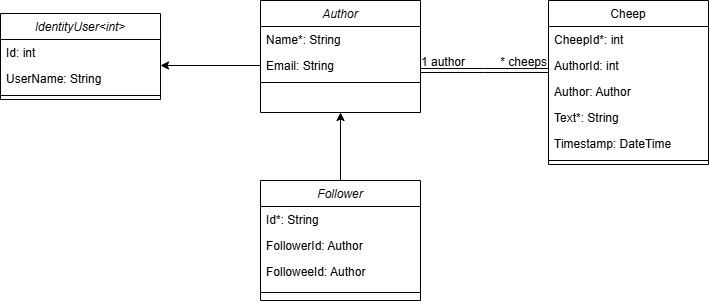
ITU-BDSA2024-GROUP31/Chirp keeps this draw.io diagram as docs/images/domain_model_follower.drawio.png. Above is the earlier version. Source tidied: cells renumbered, new cells last; positions are measured from the earlier drawing's top-left corner, leaving out a move shared by most shapes.
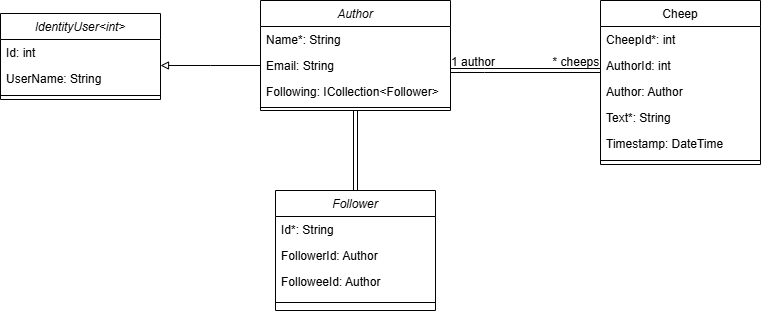
After the commit.

Commit message:
report - domain model

Diff of the diagram source:
```diff
@@ -3,24 +3,27 @@
     <mxCell id="0" />
     <mxCell id="1" parent="0" />
     <mxCell id="2" value="Author" style="swimlane;fontStyle=2;align=center;verticalAlign=top;horizontal=1;startSize=26;rounded=0;shadow=0;strokeWidth=1;" parent="1" vertex="1">
-      <mxGeometry x="260" width="160" height="112" as="geometry" />
+      <mxGeometry x="260" width="190" height="110" as="geometry" />
     </mxCell>
     <mxCell id="3" value="Name*: String" style="text;align=left;verticalAlign=top;spacingLeft=4;spacingRight=4;overflow=hidden;" parent="2" vertex="1">
-      <mxGeometry y="26" width="160" height="26" as="geometry" />
+      <mxGeometry y="26" width="190" height="26" as="geometry" />
     </mxCell>
-    <mxCell id="4" style="edgeStyle=orthogonalEdgeStyle;rounded=0;jettySize=auto;html=1;exitX=0;exitY=0.5;exitDx=0;exitDy=0;" parent="2" edge="1" source="5">
+    <mxCell id="4" style="edgeStyle=orthogonalEdgeStyle;rounded=0;jettySize=auto;html=1;exitX=0;exitY=0.5;exitDx=0;exitDy=0;endArrow=block;endFill=0;" parent="2" edge="1" source="5">
       <mxGeometry relative="1" as="geometry">
         <mxPoint x="-100" y="65" as="targetPoint" />
       </mxGeometry>
     </mxCell>
     <mxCell id="5" value="Email: String" style="text;align=left;verticalAlign=top;spacingLeft=4;spacingRight=4;overflow=hidden;points=[[0,0.5],[1,0.5]];portConstraint=eastwest;rounded=0;shadow=0;html=0;" parent="2" vertex="1">
-      <mxGeometry y="52" width="160" height="26" as="geometry" />
+      <mxGeometry y="52" width="190" height="26" as="geometry" />
     </mxCell>
+    <mxCell id="27" value="Following: ICollection&lt;Follower&gt;" style="text;align=left;verticalAlign=top;spacingLeft=4;spacingRight=4;overflow=hidden;rounded=0;shadow=0;html=0;" parent="2" vertex="1">
+      <mxGeometry y="78" width="190" height="26" as="geometry" />
+    </mxCell>
     <mxCell id="6" style="line;html=1;strokeWidth=1;align=left;verticalAlign=middle;spacingTop=-1;spacingLeft=3;spacingRight=3;labelPosition=right;" parent="2" vertex="1">
-      <mxGeometry y="78" width="160" height="8" as="geometry" />
+      <mxGeometry y="104" width="190" height="6" as="geometry" />
     </mxCell>
     <mxCell id="7" value="Cheep" style="swimlane;fontStyle=0;align=center;verticalAlign=top;horizontal=1;startSize=26;rounded=0;shadow=0;strokeWidth=1;" parent="1" vertex="1">
-      <mxGeometry x="548" width="160" height="164" as="geometry" />
+      <mxGeometry x="600" width="160" height="164" as="geometry" />
     </mxCell>
     <mxCell id="8" value="CheepId*: int" style="text;align=left;verticalAlign=top;spacingLeft=4;spacingRight=4;overflow=hidden;" parent="7" vertex="1">
       <mxGeometry y="26" width="160" height="26" as="geometry" />
@@ -68,11 +71,11 @@
     <mxCell id="20" style="line;html=1;strokeWidth=1;align=left;verticalAlign=middle;spacingTop=-1;spacingLeft=3;spacingRight=3;labelPosition=right;" parent="17" vertex="1">
       <mxGeometry y="78" width="160" height="8" as="geometry" />
     </mxCell>
-    <mxCell id="21" style="edgeStyle=orthogonalEdgeStyle;rounded=0;jettySize=auto;html=1;exitX=0.5;exitY=0;exitDx=0;exitDy=0;entryX=0.5;entryY=1;entryDx=0;entryDy=0;" parent="1" edge="1" source="22" target="2">
+    <mxCell id="21" style="edgeStyle=orthogonalEdgeStyle;rounded=0;jettySize=auto;html=1;exitX=0.5;exitY=0;exitDx=0;exitDy=0;entryX=0.5;entryY=1;entryDx=0;entryDy=0;shape=link;" parent="1" edge="1" source="22" target="2">
       <mxGeometry relative="1" as="geometry" />
     </mxCell>
     <mxCell id="22" value="Follower" style="swimlane;fontStyle=2;align=center;verticalAlign=top;horizontal=1;startSize=26;rounded=0;shadow=0;strokeWidth=1;" parent="1" vertex="1">
-      <mxGeometry x="260" y="180" width="160" height="120" as="geometry" />
+      <mxGeometry x="275" y="190" width="160" height="120" as="geometry" />
     </mxCell>
     <mxCell id="23" value="Id*: String" style="text;align=left;verticalAlign=top;spacingLeft=4;spacingRight=4;overflow=hidden;" parent="22" vertex="1">
       <mxGeometry y="26" width="160" height="26" as="geometry" />
```
